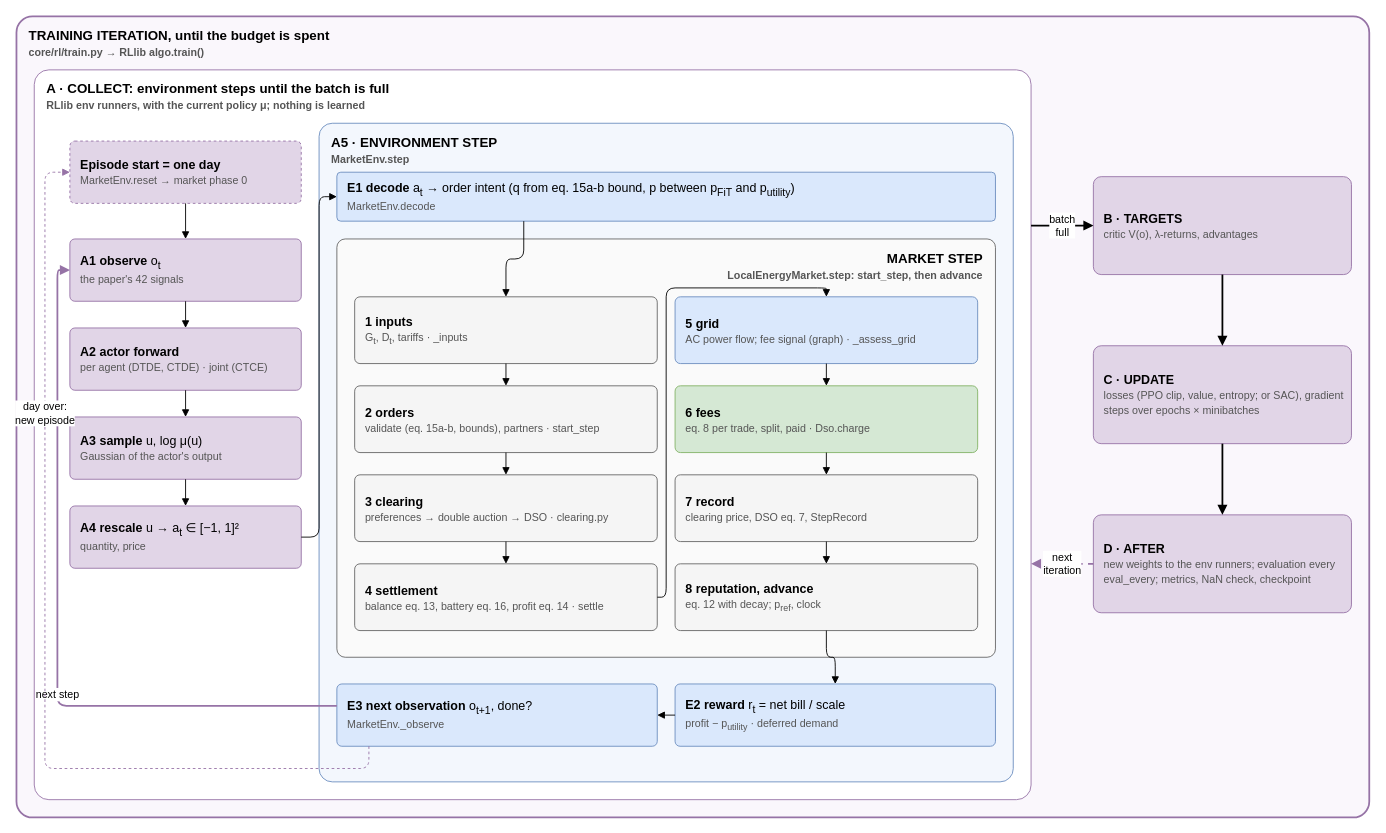
This is docs/diagrams/full_cycle.drawio from KevinRapo/P2P-thesis, a draw.io file, before an edit. Source tidied: cells renumbered, new cells numbered last; positions are measured from the earlier drawing's top-left corner, leaving out a move shared by most shapes. Both pictures are drawn from the tidied source at 89%, with x=0, y=0 at pixel (16, 16).
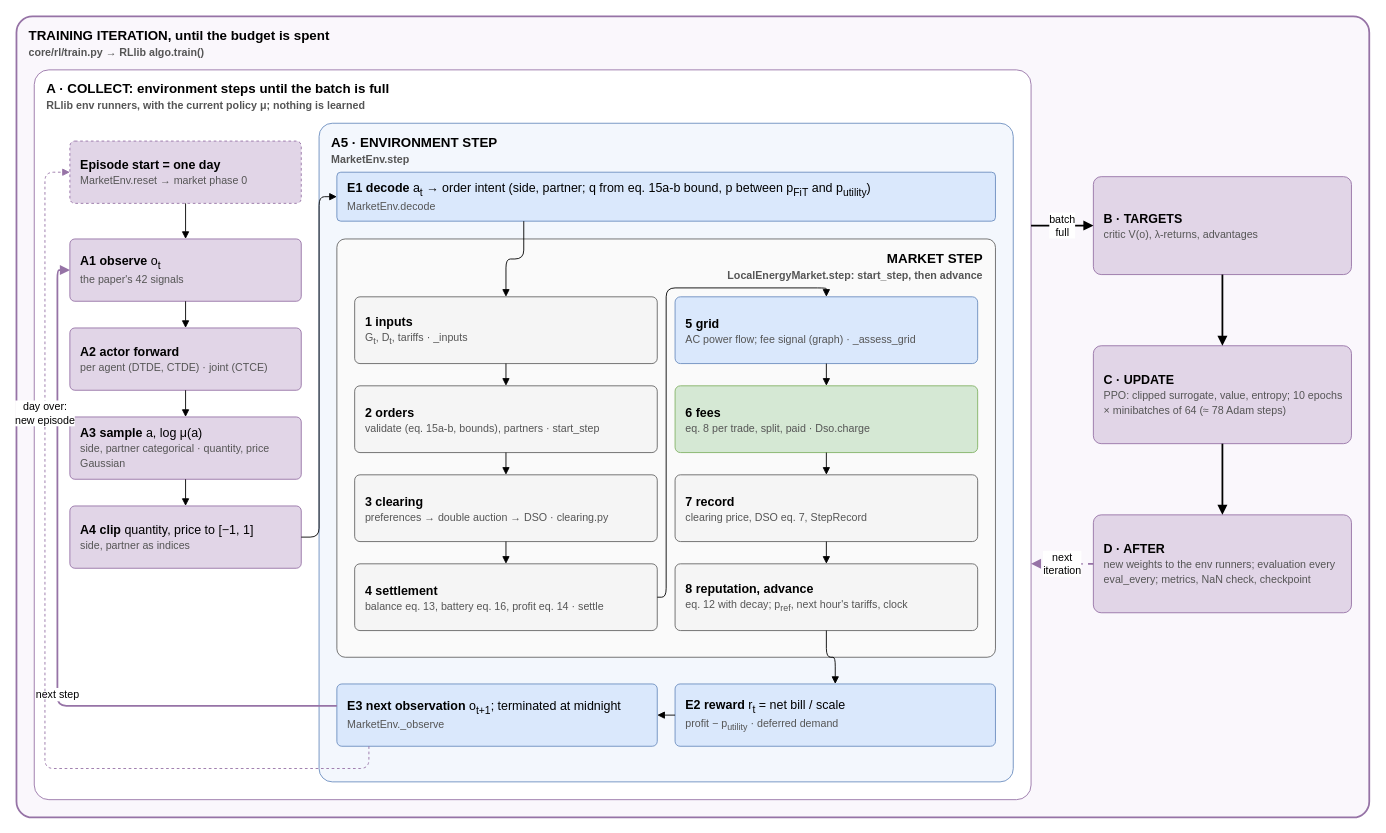
The same diagram, later.

Commit message (it also covers changes not shown here):
Docs: RL cycle, training and examples pages rewritten for V2 (PPO only); MathJax color package

Diff of the diagram source:
```diff
@@
-    <mxCell id="9" value="&lt;b&gt;A3 sample&lt;/b&gt; u, log μ(u)&lt;br&gt;&lt;font style=&quot;font-size:12px&quot; color=&quot;#555555&quot;&gt;Gaussian of the actor's output&lt;/font&gt;" style="rounded=1;whiteSpace=wrap;html=1;fontSize=14;arcSize=8;align=left;verticalAlign=middle;spacingLeft=10;spacingRight=6;fillColor=#e1d5e7;strokeColor=#9673a6;" parent="1" vertex="1">
+    <mxCell id="9" value="&lt;b&gt;A3 sample&lt;/b&gt; a, log μ(a)&lt;br&gt;&lt;font style=&quot;font-size:12px&quot; color=&quot;#555555&quot;&gt;side, partner categorical · quantity, price Gaussian&lt;/font&gt;" style="rounded=1;whiteSpace=wrap;html=1;fontSize=14;arcSize=8;align=left;verticalAlign=middle;spacingLeft=10;spacingRight=6;fillColor=#e1d5e7;strokeColor=#9673a6;" parent="1" vertex="1">
       <mxGeometry x="60" y="450" width="260" height="70" as="geometry" />
     </mxCell>
-    <mxCell id="10" value="&lt;b&gt;A4 rescale&lt;/b&gt; u → a&lt;sub&gt;t&lt;/sub&gt; ∈ [−1, 1]²&lt;br&gt;&lt;font style=&quot;font-size:12px&quot; color=&quot;#555555&quot;&gt;quantity, price&lt;/font&gt;" style="rounded=1;whiteSpace=wrap;html=1;fontSize=14;arcSize=8;align=left;verticalAlign=middle;spacingLeft=10;spacingRight=6;fillColor=#e1d5e7;strokeColor=#9673a6;" parent="1" vertex="1">
+    <mxCell id="10" value="&lt;b&gt;A4 clip&lt;/b&gt; quantity, price to [−1, 1]&lt;br&gt;&lt;font style=&quot;font-size:12px&quot; color=&quot;#555555&quot;&gt;side, partner as indices&lt;/font&gt;" style="rounded=1;whiteSpace=wrap;html=1;fontSize=14;arcSize=8;align=left;verticalAlign=middle;spacingLeft=10;spacingRight=6;fillColor=#e1d5e7;strokeColor=#9673a6;" parent="1" vertex="1">
       <mxGeometry x="60" y="550" width="260" height="70" as="geometry" />
     </mxCell>
-    <mxCell id="11" value="&lt;b&gt;E1 decode&lt;/b&gt; a&lt;sub&gt;t&lt;/sub&gt; → order intent (q from eq. 15a-b bound, p between p&lt;sub&gt;FiT&lt;/sub&gt; and p&lt;sub&gt;utility&lt;/sub&gt;)&lt;br&gt;&lt;font style=&quot;font-size:12px&quot; color=&quot;#555555&quot;&gt;MarketEnv.decode&lt;/font&gt;" style="rounded=1;whiteSpace=wrap;html=1;fontSize=14;arcSize=8;align=left;verticalAlign=middle;spacingLeft=10;spacingRight=6;fillColor=#dae8fc;strokeColor=#6c8ebf;" parent="1" vertex="1">
+    <mxCell id="11" value="&lt;b&gt;E1 decode&lt;/b&gt; a&lt;sub&gt;t&lt;/sub&gt; → order intent (side, partner; q from eq. 15a-b bound, p between p&lt;sub&gt;FiT&lt;/sub&gt; and p&lt;sub&gt;utility&lt;/sub&gt;)&lt;br&gt;&lt;font style=&quot;font-size:12px&quot; color=&quot;#555555&quot;&gt;MarketEnv.decode&lt;/font&gt;" style="rounded=1;whiteSpace=wrap;html=1;fontSize=14;arcSize=8;align=left;verticalAlign=middle;spacingLeft=10;spacingRight=6;fillColor=#dae8fc;strokeColor=#6c8ebf;" parent="1" vertex="1">
       <mxGeometry x="360" y="175" width="740" height="55" as="geometry" />
     </mxCell>
@@
-    <mxCell id="19" value="&lt;b&gt;8 reputation, advance&lt;/b&gt;&lt;br&gt;&lt;font style=&quot;font-size:12px&quot; color=&quot;#555555&quot;&gt;eq. 12 with decay; p&lt;sub&gt;ref&lt;/sub&gt;, clock&lt;/font&gt;" style="rounded=1;whiteSpace=wrap;html=1;fontSize=14;arcSize=8;align=left;verticalAlign=middle;spacingLeft=10;spacingRight=6;fillColor=#f5f5f5;strokeColor=#666666;" parent="1" vertex="1">
+    <mxCell id="19" value="&lt;b&gt;8 reputation, advance&lt;/b&gt;&lt;br&gt;&lt;font style=&quot;font-size:12px&quot; color=&quot;#555555&quot;&gt;eq. 12 with decay; p&lt;sub&gt;ref&lt;/sub&gt;, next hour's tariffs, clock&lt;/font&gt;" style="rounded=1;whiteSpace=wrap;html=1;fontSize=14;arcSize=8;align=left;verticalAlign=middle;spacingLeft=10;spacingRight=6;fillColor=#f5f5f5;strokeColor=#666666;" parent="1" vertex="1">
       <mxGeometry x="740" y="615" width="340" height="75" as="geometry" />
     </mxCell>
@@
-    <mxCell id="21" value="&lt;b&gt;E3 next observation&lt;/b&gt; o&lt;sub&gt;t+1&lt;/sub&gt;, done?&lt;br&gt;&lt;font style=&quot;font-size:12px&quot; color=&quot;#555555&quot;&gt;MarketEnv._observe&lt;/font&gt;" style="rounded=1;whiteSpace=wrap;html=1;fontSize=14;arcSize=8;align=left;verticalAlign=middle;spacingLeft=10;spacingRight=6;fillColor=#dae8fc;strokeColor=#6c8ebf;" parent="1" vertex="1">
+    <mxCell id="21" value="&lt;b&gt;E3 next observation&lt;/b&gt; o&lt;sub&gt;t+1&lt;/sub&gt;; terminated at midnight&lt;br&gt;&lt;font style=&quot;font-size:12px&quot; color=&quot;#555555&quot;&gt;MarketEnv._observe&lt;/font&gt;" style="rounded=1;whiteSpace=wrap;html=1;fontSize=14;arcSize=8;align=left;verticalAlign=middle;spacingLeft=10;spacingRight=6;fillColor=#dae8fc;strokeColor=#6c8ebf;" parent="1" vertex="1">
       <mxGeometry x="360" y="750" width="360" height="70" as="geometry" />
     </mxCell>
@@
-    <mxCell id="23" value="&lt;b&gt;C · UPDATE&lt;/b&gt;&lt;br&gt;&lt;font style=&quot;font-size:12px&quot; color=&quot;#555555&quot;&gt;losses (PPO clip, value, entropy; or SAC), gradient steps over epochs × minibatches&lt;/font&gt;" style="rounded=1;whiteSpace=wrap;html=1;fontSize=14;arcSize=8;align=left;verticalAlign=middle;spacingLeft=10;spacingRight=6;fillColor=#e1d5e7;strokeColor=#9673a6;" parent="1" vertex="1">
+    <mxCell id="23" value="&lt;b&gt;C · UPDATE&lt;/b&gt;&lt;br&gt;&lt;font style=&quot;font-size:12px&quot; color=&quot;#555555&quot;&gt;PPO: clipped surrogate, value, entropy; 10 epochs × minibatches of 64 (≈ 78 Adam steps)&lt;/font&gt;" style="rounded=1;whiteSpace=wrap;html=1;fontSize=14;arcSize=8;align=left;verticalAlign=middle;spacingLeft=10;spacingRight=6;fillColor=#e1d5e7;strokeColor=#9673a6;" parent="1" vertex="1">
       <mxGeometry x="1210" y="370" width="290" height="110" as="geometry" />
     </mxCell>
```
